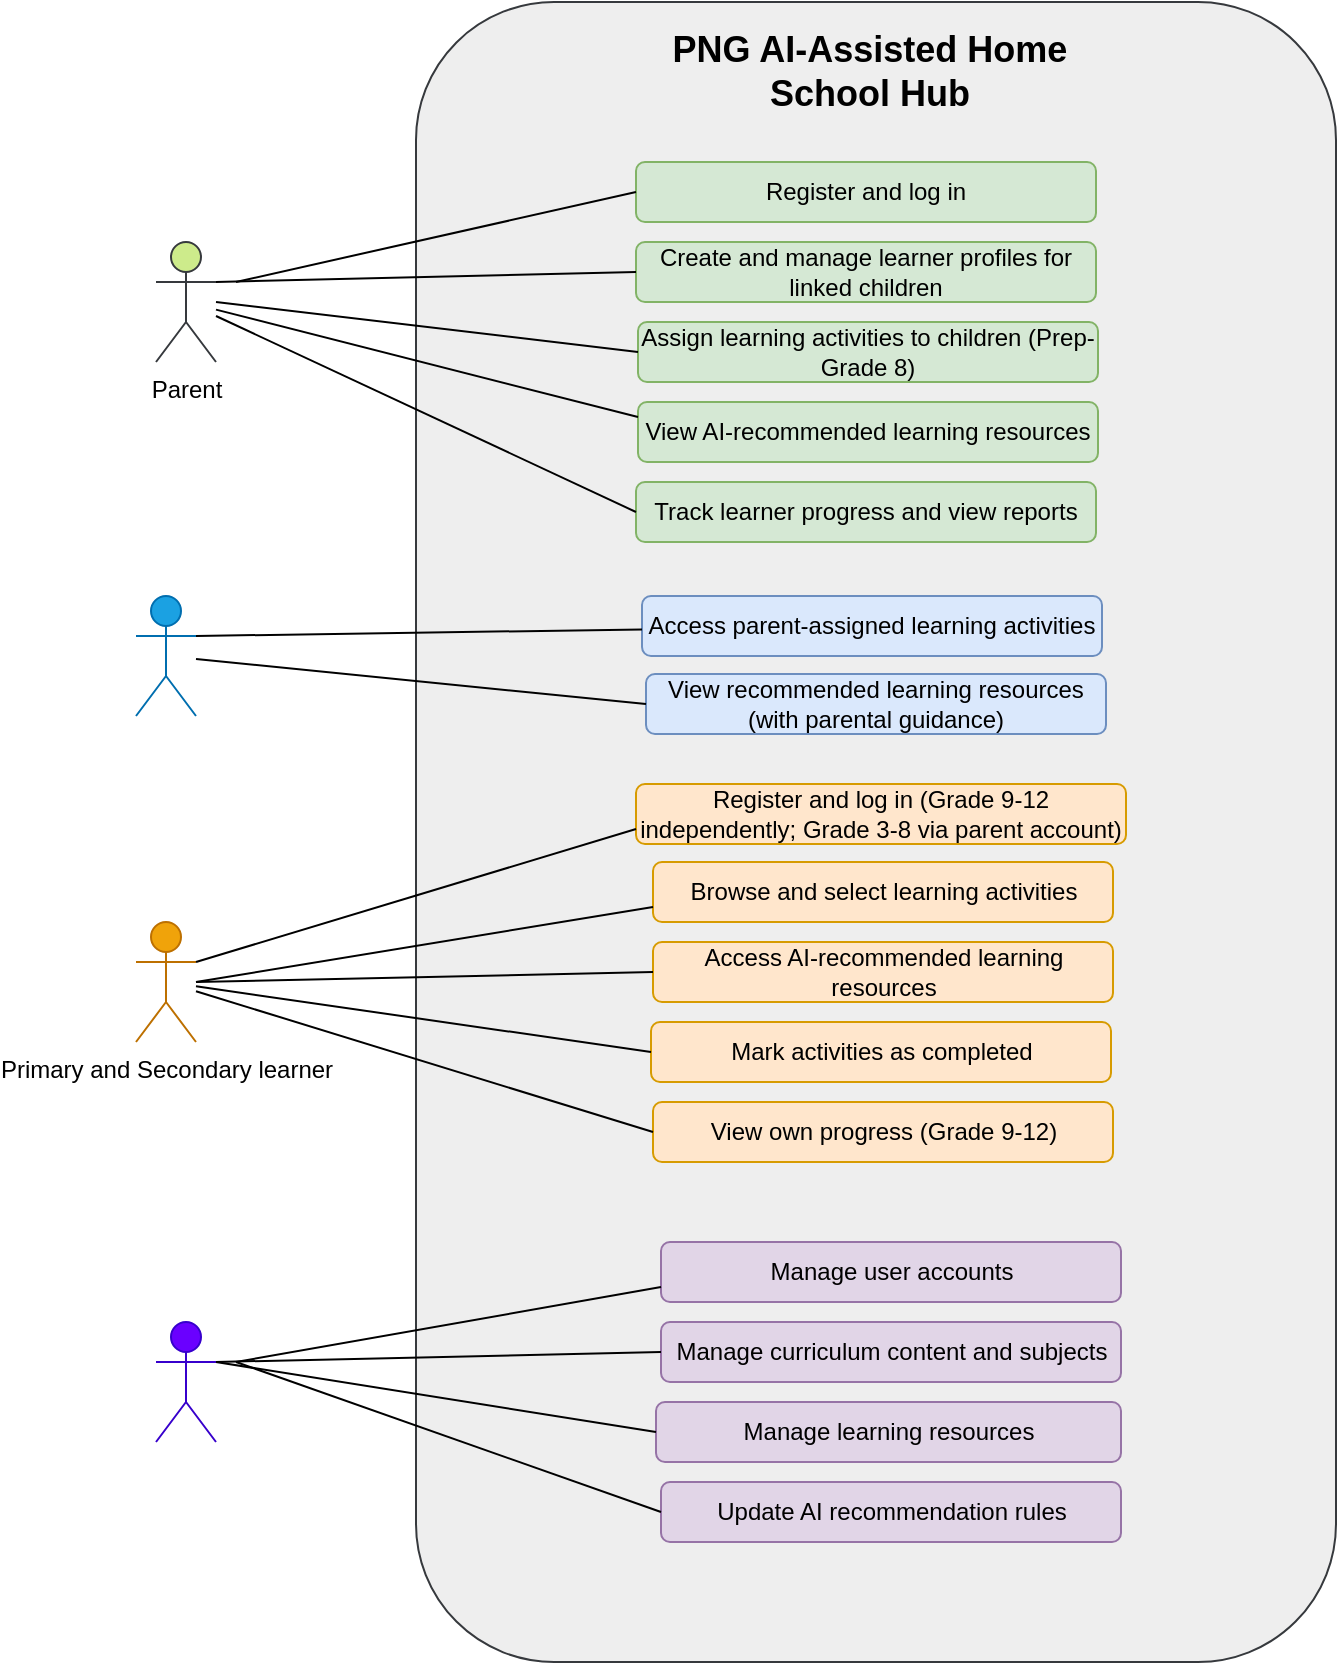
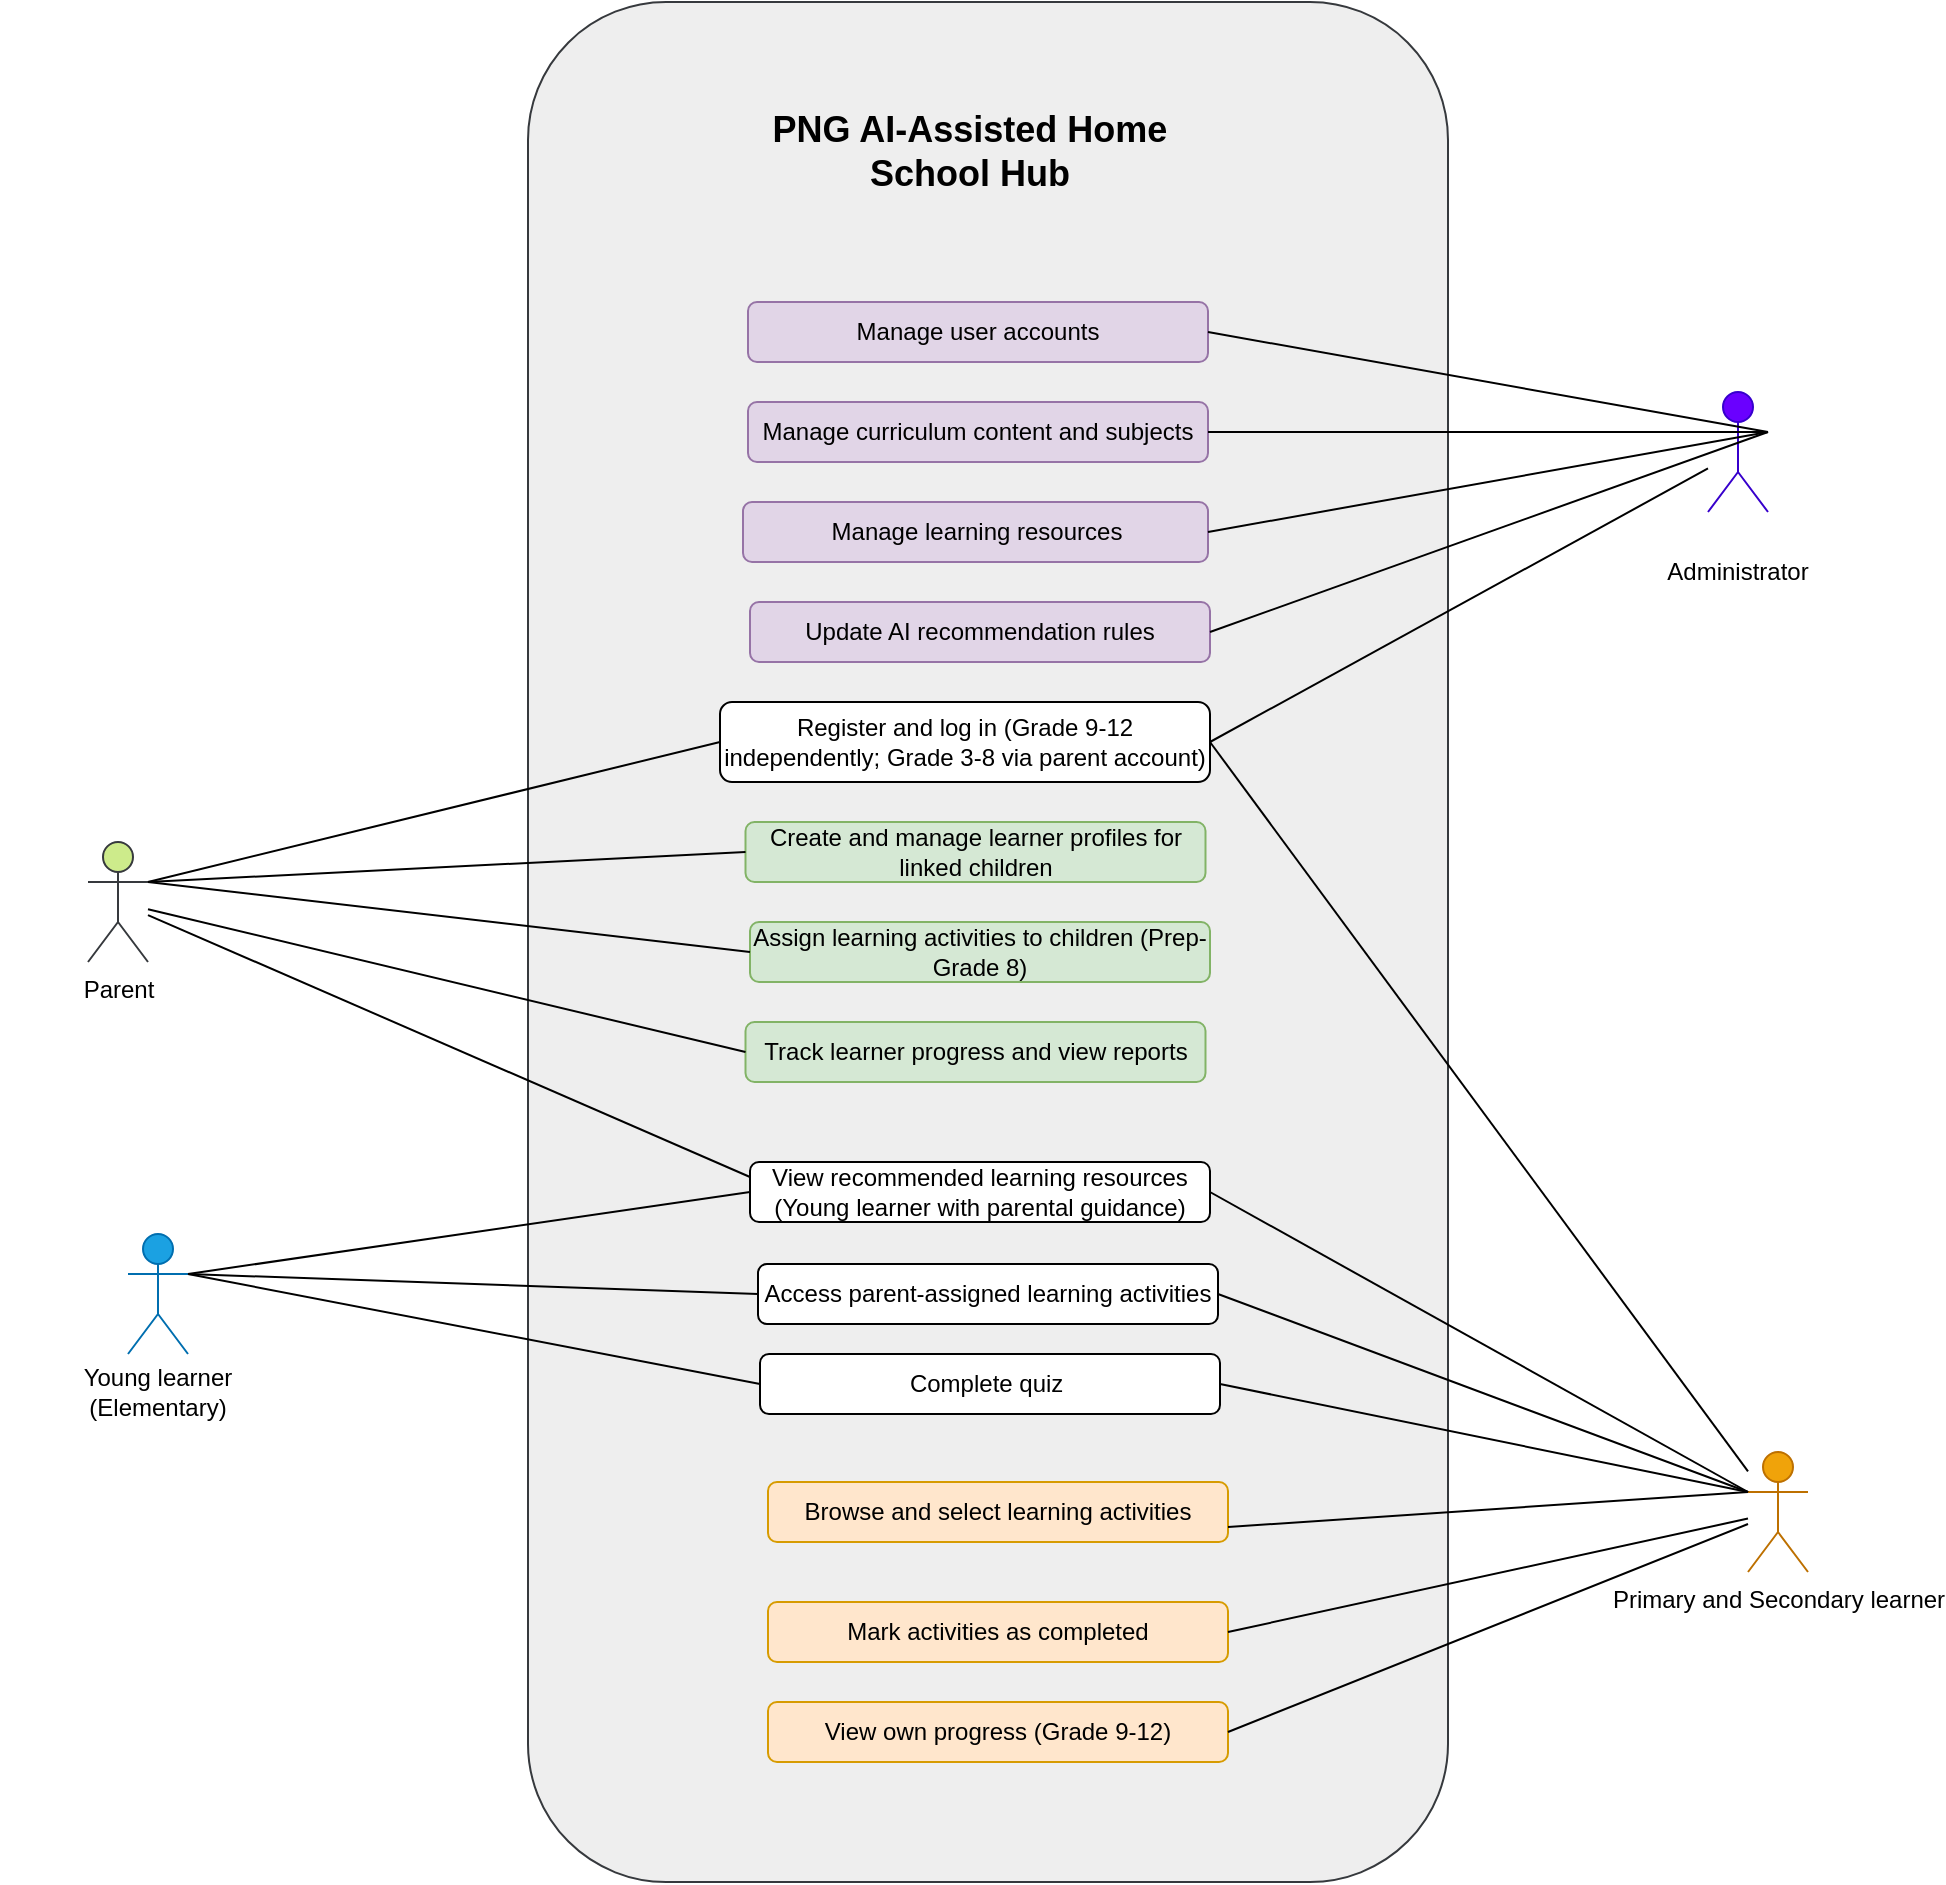
<mxfile host="app.diagrams.net">
  <diagram name="Usecase Diagram" id="iVfS9-gY9mPiv4O20bvR">
-     <mxGraphModel dx="2570" dy="1911" grid="1" gridSize="10" guides="1" tooltips="1" connect="1" arrows="1" fold="1" page="1" pageScale="1" pageWidth="850" pageHeight="1100" math="0" shadow="0">
+     <mxGraphModel dx="1624" dy="1465" grid="1" gridSize="10" guides="1" tooltips="1" connect="1" arrows="1" fold="1" page="1" pageScale="1" pageWidth="850" pageHeight="1100" math="0" shadow="0">
      <root>
        <mxCell id="0" />
        <mxCell id="1" parent="0" />
        <mxCell id="Lz0EuwbOzHNWX71qcLUx-1" parent="1" style="rounded=1;whiteSpace=wrap;html=1;fillColor=#eeeeee;strokeColor=#36393d;" value="" vertex="1">
-           <mxGeometry height="830" width="460" x="200" y="-220" as="geometry" />
+           <mxGeometry height="940" width="460" x="200" y="-490" as="geometry" />
        </mxCell>
-         <mxCell id="Lz0EuwbOzHNWX71qcLUx-2" parent="1" style="rounded=1;whiteSpace=wrap;html=1;fillColor=#d5e8d4;strokeColor=#82b366;" value="Register and log in" vertex="1">
-           <mxGeometry height="30" width="230" x="310" y="-140" as="geometry" />
-         </mxCell>
-         <mxCell id="Lz0EuwbOzHNWX71qcLUx-3" edge="1" parent="1" source="Lz0EuwbOzHNWX71qcLUx-2" style="edgeStyle=orthogonalEdgeStyle;rounded=0;orthogonalLoop=1;jettySize=auto;html=1;innerLoopWaypoints=1;exitX=0.5;exitY=1;exitDx=0;exitDy=0;" target="Lz0EuwbOzHNWX71qcLUx-2">
-           <mxGeometry relative="1" as="geometry" />
+         <mxCell id="Lz0EuwbOzHNWX71qcLUx-3" edge="1" parent="1" style="edgeStyle=orthogonalEdgeStyle;rounded=0;orthogonalLoop=1;jettySize=auto;html=1;innerLoopWaypoints=1;exitX=0.5;exitY=1;exitDx=0;exitDy=0;">
+           <mxGeometry relative="1" as="geometry">
+             <mxPoint x="425" y="-110.00000000000023" as="sourcePoint" />
+             <mxPoint x="425" y="-110.00000000000023" as="targetPoint" />
+           </mxGeometry>
        </mxCell>
        <mxCell id="Lz0EuwbOzHNWX71qcLUx-4" parent="1" style="text;html=1;whiteSpace=wrap;strokeColor=none;fillColor=none;align=center;verticalAlign=middle;rounded=0;" value="&lt;b&gt;&lt;font style=&quot;font-size: 18px;&quot;&gt;PNG AI-Assisted Home School Hub&lt;/font&gt;&lt;/b&gt;" vertex="1">
-           <mxGeometry height="30" width="250" x="302" y="-200" as="geometry" />
+           <mxGeometry height="30" width="250" x="296" y="-430" as="geometry" />
        </mxCell>
        <mxCell id="Lz0EuwbOzHNWX71qcLUx-5" parent="1" style="rounded=1;whiteSpace=wrap;html=1;fillColor=#d5e8d4;strokeColor=#82b366;" value="Create and manage learner profiles for linked children" vertex="1">
-           <mxGeometry height="30" width="230" x="310" y="-100" as="geometry" />
+           <mxGeometry height="30" width="230" x="308.75" y="-80" as="geometry" />
        </mxCell>
        <mxCell id="Lz0EuwbOzHNWX71qcLUx-6" parent="1" style="rounded=1;whiteSpace=wrap;html=1;fillColor=#d5e8d4;strokeColor=#82b366;" value="Assign learning activities to children (Prep-Grade 8)" vertex="1">
-           <mxGeometry height="30" width="230" x="311" y="-60" as="geometry" />
-         </mxCell>
-         <mxCell id="Lz0EuwbOzHNWX71qcLUx-7" parent="1" style="rounded=1;whiteSpace=wrap;html=1;fillColor=#d5e8d4;strokeColor=#82b366;" value="View AI-recommended learning resources" vertex="1">
-           <mxGeometry height="30" width="230" x="311" y="-20" as="geometry" />
+           <mxGeometry height="30" width="230" x="311" y="-30" as="geometry" />
        </mxCell>
        <mxCell id="Lz0EuwbOzHNWX71qcLUx-8" parent="1" style="rounded=1;whiteSpace=wrap;html=1;fillColor=#d5e8d4;strokeColor=#82b366;" value="Track learner progress and view reports" vertex="1">
-           <mxGeometry height="30" width="230" x="310" y="20" as="geometry" />
+           <mxGeometry height="30" width="230" x="308.75" y="20" as="geometry" />
        </mxCell>
-         <mxCell id="Lz0EuwbOzHNWX71qcLUx-9" parent="1" style="rounded=1;whiteSpace=wrap;html=1;fillColor=#dae8fc;strokeColor=#6c8ebf;" value="Access parent-assigned learning activities" vertex="1">
-           <mxGeometry height="30" width="230" x="313" y="77" as="geometry" />
+         <mxCell id="Lz0EuwbOzHNWX71qcLUx-9" parent="1" style="rounded=1;whiteSpace=wrap;html=1;" value="Access parent-assigned learning activities" vertex="1">
+           <mxGeometry height="30" width="230" x="315" y="141" as="geometry" />
        </mxCell>
-         <mxCell id="Lz0EuwbOzHNWX71qcLUx-10" parent="1" style="rounded=1;whiteSpace=wrap;html=1;fillColor=#dae8fc;strokeColor=#6c8ebf;" value="View recommended learning resources (with parental guidance)" vertex="1">
-           <mxGeometry height="30" width="230" x="315" y="116" as="geometry" />
+         <mxCell id="Lz0EuwbOzHNWX71qcLUx-10" parent="1" style="rounded=1;whiteSpace=wrap;html=1;" value="View recommended learning resources (Young learner with parental guidance)" vertex="1">
+           <mxGeometry height="30" width="230" x="311" y="90" as="geometry" />
        </mxCell>
-         <mxCell id="Lz0EuwbOzHNWX71qcLUx-11" parent="1" style="rounded=1;whiteSpace=wrap;html=1;fillColor=#ffe6cc;strokeColor=#d79b00;" value="Register and log in (Grade 9-12 independently; Grade 3-8 via parent account)" vertex="1">
-           <mxGeometry height="30" width="245" x="310" y="171" as="geometry" />
+         <mxCell id="Lz0EuwbOzHNWX71qcLUx-11" parent="1" style="rounded=1;whiteSpace=wrap;html=1;" value="Register and log in (Grade 9-12 independently; Grade 3-8 via parent account)" vertex="1">
+           <mxGeometry height="40" width="245" x="296" y="-140" as="geometry" />
        </mxCell>
        <mxCell id="Lz0EuwbOzHNWX71qcLUx-12" parent="1" style="rounded=1;whiteSpace=wrap;html=1;fillColor=#ffe6cc;strokeColor=#d79b00;" value="Browse and select learning activities" vertex="1">
-           <mxGeometry height="30" width="230" x="318.5" y="210" as="geometry" />
-         </mxCell>
-         <mxCell id="Lz0EuwbOzHNWX71qcLUx-13" parent="1" style="rounded=1;whiteSpace=wrap;html=1;fillColor=#ffe6cc;strokeColor=#d79b00;" value="Access AI-recommended learning resources" vertex="1">
-           <mxGeometry height="30" width="230" x="318.5" y="250" as="geometry" />
+           <mxGeometry height="30" width="230" x="320" y="250" as="geometry" />
        </mxCell>
        <mxCell id="Lz0EuwbOzHNWX71qcLUx-14" parent="1" style="rounded=1;whiteSpace=wrap;html=1;fillColor=#ffe6cc;strokeColor=#d79b00;" value="Mark activities as completed" vertex="1">
-           <mxGeometry height="30" width="230" x="317.5" y="290" as="geometry" />
+           <mxGeometry height="30" width="230" x="320" y="310" as="geometry" />
        </mxCell>
        <mxCell id="Lz0EuwbOzHNWX71qcLUx-15" parent="1" style="rounded=1;whiteSpace=wrap;html=1;fillColor=#ffe6cc;strokeColor=#d79b00;" value="View own progress (Grade 9-12)" vertex="1">
-           <mxGeometry height="30" width="230" x="318.5" y="330" as="geometry" />
+           <mxGeometry height="30" width="230" x="320" y="360" as="geometry" />
        </mxCell>
        <mxCell id="Lz0EuwbOzHNWX71qcLUx-16" parent="1" style="rounded=1;whiteSpace=wrap;html=1;fillColor=#e1d5e7;strokeColor=#9673a6;" value="Manage user accounts" vertex="1">
-           <mxGeometry height="30" width="230" x="322.5" y="400" as="geometry" />
+           <mxGeometry height="30" width="230" x="310" y="-340" as="geometry" />
        </mxCell>
        <mxCell id="Lz0EuwbOzHNWX71qcLUx-17" parent="1" style="rounded=1;whiteSpace=wrap;html=1;fillColor=#e1d5e7;strokeColor=#9673a6;" value="Manage curriculum content and subjects" vertex="1">
-           <mxGeometry height="30" width="230" x="322.5" y="440" as="geometry" />
+           <mxGeometry height="30" width="230" x="310" y="-290" as="geometry" />
        </mxCell>
        <mxCell id="Lz0EuwbOzHNWX71qcLUx-18" parent="1" style="rounded=1;whiteSpace=wrap;html=1;fillColor=#e1d5e7;strokeColor=#9673a6;" value="Manage learning resources" vertex="1">
-           <mxGeometry height="30" width="232.5" x="320" y="480" as="geometry" />
+           <mxGeometry height="30" width="232.5" x="307.5" y="-240" as="geometry" />
        </mxCell>
        <mxCell id="Lz0EuwbOzHNWX71qcLUx-19" parent="1" style="rounded=1;whiteSpace=wrap;html=1;fillColor=#e1d5e7;strokeColor=#9673a6;" value="Update AI recommendation rules" vertex="1">
-           <mxGeometry height="30" width="230" x="322.5" y="520" as="geometry" />
+           <mxGeometry height="30" width="230" x="311" y="-190" as="geometry" />
        </mxCell>
        <mxCell id="Lz0EuwbOzHNWX71qcLUx-20" parent="1" style="shape=umlActor;verticalLabelPosition=bottom;verticalAlign=top;html=1;outlineConnect=0;fillColor=#6a00ff;fontColor=#ffffff;strokeColor=#3700CC;" value="Administrator" vertex="1">
-           <mxGeometry height="60" width="30" x="70" y="440" as="geometry" />
+           <mxGeometry height="60" width="30" x="790" y="-295" as="geometry" />
        </mxCell>
        <mxCell id="Lz0EuwbOzHNWX71qcLUx-21" parent="1" style="shape=umlActor;verticalLabelPosition=bottom;verticalAlign=top;html=1;outlineConnect=0;fillColor=#f0a30a;fontColor=#000000;strokeColor=#BD7000;" value="Primary and Secondary learner" vertex="1">
-           <mxGeometry height="60" width="30" x="60" y="240" as="geometry" />
+           <mxGeometry height="60" width="30" x="810" y="235" as="geometry" />
        </mxCell>
        <mxCell id="Lz0EuwbOzHNWX71qcLUx-22" parent="1" style="shape=umlActor;verticalLabelPosition=bottom;verticalAlign=top;html=1;outlineConnect=0;fillColor=#cdeb8b;strokeColor=#36393d;" value="Parent" vertex="1">
-           <mxGeometry height="60" width="30" x="70" y="-100" as="geometry" />
+           <mxGeometry height="60" width="30" x="-20" y="-70" as="geometry" />
        </mxCell>
        <mxCell id="Lz0EuwbOzHNWX71qcLUx-23" parent="1" style="shape=umlActor;verticalLabelPosition=bottom;verticalAlign=top;html=1;outlineConnect=0;fillColor=#1ba1e2;fontColor=#ffffff;strokeColor=#006EAF;" value="Younger learner (Elementary)" vertex="1">
-           <mxGeometry height="60" width="30" x="60" y="77" as="geometry" />
+           <mxGeometry height="60" width="30" y="126" as="geometry" />
        </mxCell>
-         <mxCell id="Lz0EuwbOzHNWX71qcLUx-28" edge="1" parent="1" source="Lz0EuwbOzHNWX71qcLUx-19" style="rounded=0;orthogonalLoop=1;jettySize=auto;html=1;endArrow=none;endFill=0;exitX=0;exitY=0.5;exitDx=0;exitDy=0;">
+         <mxCell id="Lz0EuwbOzHNWX71qcLUx-28" edge="1" parent="1" source="Lz0EuwbOzHNWX71qcLUx-19" style="rounded=0;orthogonalLoop=1;jettySize=auto;html=1;endArrow=none;endFill=0;exitX=1;exitY=0.5;exitDx=0;exitDy=0;entryX=1;entryY=0.3333333333333333;entryDx=0;entryDy=0;entryPerimeter=0;" target="Lz0EuwbOzHNWX71qcLUx-20">
          <mxGeometry relative="1" as="geometry">
            <mxPoint x="110" y="460" as="targetPoint" />
          </mxGeometry>
        </mxCell>
-         <mxCell id="Lz0EuwbOzHNWX71qcLUx-29" edge="1" parent="1" source="Lz0EuwbOzHNWX71qcLUx-18" style="rounded=0;orthogonalLoop=1;jettySize=auto;html=1;entryX=1;entryY=0.3333333333333333;entryDx=0;entryDy=0;entryPerimeter=0;endArrow=none;endFill=0;exitX=0;exitY=0.5;exitDx=0;exitDy=0;" target="Lz0EuwbOzHNWX71qcLUx-20">
+         <mxCell id="Lz0EuwbOzHNWX71qcLUx-29" edge="1" parent="1" source="Lz0EuwbOzHNWX71qcLUx-18" style="rounded=0;orthogonalLoop=1;jettySize=auto;html=1;entryX=1;entryY=0.3333333333333333;entryDx=0;entryDy=0;entryPerimeter=0;endArrow=none;endFill=0;exitX=1;exitY=0.5;exitDx=0;exitDy=0;" target="Lz0EuwbOzHNWX71qcLUx-20">
          <mxGeometry relative="1" as="geometry" />
        </mxCell>
-         <mxCell id="Lz0EuwbOzHNWX71qcLUx-30" edge="1" parent="1" source="Lz0EuwbOzHNWX71qcLUx-20" style="endArrow=none;html=1;rounded=0;entryX=0;entryY=0.5;entryDx=0;entryDy=0;exitX=1;exitY=0.3333333333333333;exitDx=0;exitDy=0;exitPerimeter=0;" target="Lz0EuwbOzHNWX71qcLUx-17" value="">
+         <mxCell id="Lz0EuwbOzHNWX71qcLUx-30" edge="1" parent="1" source="Lz0EuwbOzHNWX71qcLUx-20" style="endArrow=none;html=1;rounded=0;entryX=1;entryY=0.5;entryDx=0;entryDy=0;exitX=1;exitY=0.3333333333333333;exitDx=0;exitDy=0;exitPerimeter=0;" target="Lz0EuwbOzHNWX71qcLUx-17" value="">
          <mxGeometry height="50" relative="1" width="50" as="geometry">
            <mxPoint x="110" y="460" as="sourcePoint" />
            <mxPoint x="340" y="410" as="targetPoint" />
          </mxGeometry>
        </mxCell>
-         <mxCell id="Lz0EuwbOzHNWX71qcLUx-31" edge="1" parent="1" style="endArrow=none;html=1;rounded=0;entryX=0;entryY=0.75;entryDx=0;entryDy=0;" target="Lz0EuwbOzHNWX71qcLUx-16" value="">
+         <mxCell id="Lz0EuwbOzHNWX71qcLUx-31" edge="1" parent="1" source="Lz0EuwbOzHNWX71qcLUx-20" style="endArrow=none;html=1;rounded=0;entryX=1;entryY=0.5;entryDx=0;entryDy=0;exitX=1;exitY=0.3333333333333333;exitDx=0;exitDy=0;exitPerimeter=0;" target="Lz0EuwbOzHNWX71qcLUx-16" value="">
          <mxGeometry height="50" relative="1" width="50" as="geometry">
            <mxPoint x="110" y="460" as="sourcePoint" />
            <mxPoint x="340" y="410" as="targetPoint" />
          </mxGeometry>
        </mxCell>
-         <mxCell id="Lz0EuwbOzHNWX71qcLUx-32" edge="1" parent="1" source="Lz0EuwbOzHNWX71qcLUx-21" style="endArrow=none;html=1;rounded=0;entryX=0;entryY=0.5;entryDx=0;entryDy=0;" target="Lz0EuwbOzHNWX71qcLUx-15" value="">
+         <mxCell id="Lz0EuwbOzHNWX71qcLUx-32" edge="1" parent="1" source="Lz0EuwbOzHNWX71qcLUx-21" style="endArrow=none;html=1;rounded=0;entryX=1;entryY=0.5;entryDx=0;entryDy=0;" target="Lz0EuwbOzHNWX71qcLUx-15" value="">
          <mxGeometry height="50" relative="1" width="50" as="geometry">
            <mxPoint x="290" y="380" as="sourcePoint" />
            <mxPoint x="340" y="330" as="targetPoint" />
          </mxGeometry>
        </mxCell>
-         <mxCell id="Lz0EuwbOzHNWX71qcLUx-33" edge="1" parent="1" source="Lz0EuwbOzHNWX71qcLUx-21" style="endArrow=none;html=1;rounded=0;entryX=0;entryY=0.5;entryDx=0;entryDy=0;" target="Lz0EuwbOzHNWX71qcLUx-14" value="">
+         <mxCell id="Lz0EuwbOzHNWX71qcLUx-33" edge="1" parent="1" source="Lz0EuwbOzHNWX71qcLUx-21" style="endArrow=none;html=1;rounded=0;entryX=1;entryY=0.5;entryDx=0;entryDy=0;" target="Lz0EuwbOzHNWX71qcLUx-14" value="">
          <mxGeometry height="50" relative="1" width="50" as="geometry">
            <mxPoint x="290" y="380" as="sourcePoint" />
            <mxPoint x="340" y="330" as="targetPoint" />
          </mxGeometry>
        </mxCell>
-         <mxCell id="Lz0EuwbOzHNWX71qcLUx-34" edge="1" parent="1" source="Lz0EuwbOzHNWX71qcLUx-21" style="endArrow=none;html=1;rounded=0;exitX=1;exitY=0.3333333333333333;exitDx=0;exitDy=0;exitPerimeter=0;entryX=0;entryY=0.75;entryDx=0;entryDy=0;" target="Lz0EuwbOzHNWX71qcLUx-11" value="">
+         <mxCell id="Lz0EuwbOzHNWX71qcLUx-34" edge="1" parent="1" source="Lz0EuwbOzHNWX71qcLUx-21" style="endArrow=none;html=1;rounded=0;entryX=1;entryY=0.5;entryDx=0;entryDy=0;" target="Lz0EuwbOzHNWX71qcLUx-11" value="">
          <mxGeometry height="50" relative="1" width="50" as="geometry">
            <mxPoint x="290" y="380" as="sourcePoint" />
            <mxPoint x="340" y="330" as="targetPoint" />
          </mxGeometry>
        </mxCell>
-         <mxCell id="Lz0EuwbOzHNWX71qcLUx-35" edge="1" parent="1" style="endArrow=none;html=1;rounded=0;entryX=0;entryY=0.75;entryDx=0;entryDy=0;" target="Lz0EuwbOzHNWX71qcLUx-12" value="">
+         <mxCell id="Lz0EuwbOzHNWX71qcLUx-35" edge="1" parent="1" source="Lz0EuwbOzHNWX71qcLUx-21" style="endArrow=none;html=1;rounded=0;entryX=1;entryY=0.75;entryDx=0;entryDy=0;exitX=0;exitY=0.3333333333333333;exitDx=0;exitDy=0;exitPerimeter=0;" target="Lz0EuwbOzHNWX71qcLUx-12" value="">
          <mxGeometry height="50" relative="1" width="50" as="geometry">
            <mxPoint x="90" y="270" as="sourcePoint" />
            <mxPoint x="340" y="330" as="targetPoint" />
          </mxGeometry>
        </mxCell>
-         <mxCell id="Lz0EuwbOzHNWX71qcLUx-36" edge="1" parent="1" style="endArrow=none;html=1;rounded=0;entryX=0;entryY=0.5;entryDx=0;entryDy=0;" target="Lz0EuwbOzHNWX71qcLUx-13" value="">
+         <mxCell id="Lz0EuwbOzHNWX71qcLUx-36" edge="1" parent="1" source="Lz0EuwbOzHNWX71qcLUx-21" style="endArrow=none;html=1;rounded=0;entryX=1;entryY=0.5;entryDx=0;entryDy=0;exitX=0;exitY=0.3333333333333333;exitDx=0;exitDy=0;exitPerimeter=0;" target="Lz0EuwbOzHNWX71qcLUx-10" value="">
          <mxGeometry height="50" relative="1" width="50" as="geometry">
-             <mxPoint x="90" y="270" as="sourcePoint" />
-             <mxPoint x="340" y="330" as="targetPoint" />
+             <mxPoint x="760" y="230" as="sourcePoint" />
+             <mxPoint x="690" y="190" as="targetPoint" />
          </mxGeometry>
        </mxCell>
-         <mxCell id="Lz0EuwbOzHNWX71qcLUx-37" edge="1" parent="1" source="Lz0EuwbOzHNWX71qcLUx-23" style="endArrow=none;html=1;rounded=0;entryX=0;entryY=0.5;entryDx=0;entryDy=0;" target="Lz0EuwbOzHNWX71qcLUx-10" value="">
+         <mxCell id="Lz0EuwbOzHNWX71qcLUx-37" edge="1" parent="1" source="Lz0EuwbOzHNWX71qcLUx-23" style="endArrow=none;html=1;rounded=0;entryX=0;entryY=0.5;entryDx=0;entryDy=0;exitX=1;exitY=0.3333333333333333;exitDx=0;exitDy=0;exitPerimeter=0;" target="Lz0EuwbOzHNWX71qcLUx-10" value="">
          <mxGeometry height="50" relative="1" width="50" as="geometry">
            <mxPoint x="290" y="160" as="sourcePoint" />
            <mxPoint x="340" y="110" as="targetPoint" />
          </mxGeometry>
        </mxCell>
-         <mxCell id="Lz0EuwbOzHNWX71qcLUx-38" edge="1" parent="1" source="Lz0EuwbOzHNWX71qcLUx-23" style="endArrow=none;html=1;rounded=0;exitX=1;exitY=0.3333333333333333;exitDx=0;exitDy=0;exitPerimeter=0;" target="Lz0EuwbOzHNWX71qcLUx-9" value="">
+         <mxCell id="Lz0EuwbOzHNWX71qcLUx-38" edge="1" parent="1" source="Lz0EuwbOzHNWX71qcLUx-23" style="endArrow=none;html=1;rounded=0;exitX=1;exitY=0.3333333333333333;exitDx=0;exitDy=0;exitPerimeter=0;entryX=0;entryY=0.5;entryDx=0;entryDy=0;" target="Lz0EuwbOzHNWX71qcLUx-9" value="">
          <mxGeometry height="50" relative="1" width="50" as="geometry">
            <mxPoint x="290" y="160" as="sourcePoint" />
            <mxPoint x="340" y="110" as="targetPoint" />
          </mxGeometry>
        </mxCell>
        <mxCell id="Lz0EuwbOzHNWX71qcLUx-39" edge="1" parent="1" source="Lz0EuwbOzHNWX71qcLUx-22" style="endArrow=none;html=1;rounded=0;entryX=0;entryY=0.5;entryDx=0;entryDy=0;" target="Lz0EuwbOzHNWX71qcLUx-8" value="">
          <mxGeometry height="50" relative="1" width="50" as="geometry">
            <mxPoint x="290" as="sourcePoint" />
            <mxPoint x="340" y="-50" as="targetPoint" />
          </mxGeometry>
        </mxCell>
-         <mxCell id="Lz0EuwbOzHNWX71qcLUx-40" edge="1" parent="1" source="Lz0EuwbOzHNWX71qcLUx-22" style="endArrow=none;html=1;rounded=0;entryX=0;entryY=0.25;entryDx=0;entryDy=0;" target="Lz0EuwbOzHNWX71qcLUx-7" value="">
+         <mxCell id="Lz0EuwbOzHNWX71qcLUx-40" edge="1" parent="1" source="Lz0EuwbOzHNWX71qcLUx-22" style="endArrow=none;html=1;rounded=0;entryX=0;entryY=0.25;entryDx=0;entryDy=0;" target="Lz0EuwbOzHNWX71qcLUx-10" value="">
          <mxGeometry height="50" relative="1" width="50" as="geometry">
            <mxPoint x="290" as="sourcePoint" />
            <mxPoint x="340" y="-50" as="targetPoint" />
          </mxGeometry>
        </mxCell>
-         <mxCell id="Lz0EuwbOzHNWX71qcLUx-41" edge="1" parent="1" style="endArrow=none;html=1;rounded=0;entryX=0;entryY=0.5;entryDx=0;entryDy=0;" target="Lz0EuwbOzHNWX71qcLUx-6" value="">
+         <mxCell id="Lz0EuwbOzHNWX71qcLUx-41" edge="1" parent="1" source="Lz0EuwbOzHNWX71qcLUx-22" style="endArrow=none;html=1;rounded=0;entryX=0;entryY=0.5;entryDx=0;entryDy=0;exitX=1;exitY=0.3333333333333333;exitDx=0;exitDy=0;exitPerimeter=0;" target="Lz0EuwbOzHNWX71qcLUx-6" value="">
          <mxGeometry height="50" relative="1" width="50" as="geometry">
            <mxPoint x="100" y="-70" as="sourcePoint" />
            <mxPoint x="340" y="-50" as="targetPoint" />
          </mxGeometry>
        </mxCell>
        <mxCell id="Lz0EuwbOzHNWX71qcLUx-42" edge="1" parent="1" source="Lz0EuwbOzHNWX71qcLUx-22" style="endArrow=none;html=1;rounded=0;exitX=1;exitY=0.3333333333333333;exitDx=0;exitDy=0;exitPerimeter=0;entryX=0;entryY=0.5;entryDx=0;entryDy=0;" target="Lz0EuwbOzHNWX71qcLUx-5" value="">
          <mxGeometry height="50" relative="1" width="50" as="geometry">
            <mxPoint x="290" as="sourcePoint" />
            <mxPoint x="340" y="-50" as="targetPoint" />
          </mxGeometry>
        </mxCell>
-         <mxCell id="Lz0EuwbOzHNWX71qcLUx-43" edge="1" parent="1" style="endArrow=none;html=1;rounded=0;entryX=0;entryY=0.5;entryDx=0;entryDy=0;" target="Lz0EuwbOzHNWX71qcLUx-2" value="">
+         <mxCell id="Lz0EuwbOzHNWX71qcLUx-43" edge="1" parent="1" source="Lz0EuwbOzHNWX71qcLUx-22" style="endArrow=none;html=1;rounded=0;entryX=0;entryY=0.5;entryDx=0;entryDy=0;exitX=1;exitY=0.3333333333333333;exitDx=0;exitDy=0;exitPerimeter=0;" target="Lz0EuwbOzHNWX71qcLUx-11" value="">
          <mxGeometry height="50" relative="1" width="50" as="geometry">
            <mxPoint x="110" y="-80" as="sourcePoint" />
-             <mxPoint x="340" y="-50" as="targetPoint" />
+             <mxPoint x="310" y="-125.00000000000023" as="targetPoint" />
+           </mxGeometry>
+         </mxCell>
+         <mxCell id="UUdl2m102eS0hZXT0pGe-1" parent="1" style="text;html=1;whiteSpace=wrap;strokeColor=none;fillColor=none;align=center;verticalAlign=middle;rounded=0;" value="Administrator" vertex="1">
+           <mxGeometry height="30" width="60" x="775" y="-220" as="geometry" />
+         </mxCell>
+         <mxCell id="UUdl2m102eS0hZXT0pGe-2" parent="1" style="text;html=1;whiteSpace=wrap;strokeColor=none;fillColor=none;align=center;verticalAlign=middle;rounded=0;" value="Young learner (Elementary)" vertex="1">
+           <mxGeometry height="30" width="90" x="-30" y="190" as="geometry" />
+         </mxCell>
+         <mxCell id="UUdl2m102eS0hZXT0pGe-4" edge="1" parent="1" source="Lz0EuwbOzHNWX71qcLUx-21" style="endArrow=none;html=1;rounded=0;entryX=1;entryY=0.5;entryDx=0;entryDy=0;exitX=0;exitY=0.3333333333333333;exitDx=0;exitDy=0;exitPerimeter=0;" target="Lz0EuwbOzHNWX71qcLUx-9" value="">
+           <mxGeometry height="50" relative="1" width="50" as="geometry">
+             <mxPoint x="460" y="200" as="sourcePoint" />
+             <mxPoint x="510" y="150" as="targetPoint" />
+           </mxGeometry>
+         </mxCell>
+         <mxCell id="UUdl2m102eS0hZXT0pGe-5" edge="1" parent="1" source="Lz0EuwbOzHNWX71qcLUx-20" style="endArrow=none;html=1;rounded=0;entryX=1;entryY=0.5;entryDx=0;entryDy=0;" target="Lz0EuwbOzHNWX71qcLUx-11" value="">
+           <mxGeometry height="50" relative="1" width="50" as="geometry">
+             <mxPoint x="100" y="460" as="sourcePoint" />
+             <mxPoint x="160" y="320" as="targetPoint" />
+           </mxGeometry>
+         </mxCell>
+         <mxCell id="UUdl2m102eS0hZXT0pGe-8" parent="1" style="rounded=1;whiteSpace=wrap;html=1;" value="Complete quiz&amp;nbsp;" vertex="1">
+           <mxGeometry height="30" width="230" x="316" y="186" as="geometry" />
+         </mxCell>
+         <mxCell id="UUdl2m102eS0hZXT0pGe-9" edge="1" parent="1" source="Lz0EuwbOzHNWX71qcLUx-23" style="endArrow=none;html=1;rounded=0;exitX=1;exitY=0.3333333333333333;exitDx=0;exitDy=0;exitPerimeter=0;entryX=0;entryY=0.5;entryDx=0;entryDy=0;" target="UUdl2m102eS0hZXT0pGe-8" value="">
+           <mxGeometry height="50" relative="1" width="50" as="geometry">
+             <mxPoint x="350" y="210" as="sourcePoint" />
+             <mxPoint x="400" y="160" as="targetPoint" />
+           </mxGeometry>
+         </mxCell>
+         <mxCell id="UUdl2m102eS0hZXT0pGe-10" edge="1" parent="1" source="UUdl2m102eS0hZXT0pGe-8" style="endArrow=none;html=1;rounded=0;entryX=0;entryY=0.3333333333333333;entryDx=0;entryDy=0;entryPerimeter=0;exitX=1;exitY=0.5;exitDx=0;exitDy=0;" target="Lz0EuwbOzHNWX71qcLUx-21" value="">
+           <mxGeometry height="50" relative="1" width="50" as="geometry">
+             <mxPoint x="490" y="210" as="sourcePoint" />
+             <mxPoint x="540" y="160" as="targetPoint" />
          </mxGeometry>
        </mxCell>
      </root>
    </mxGraphModel>
  </diagram>
</mxfile>
